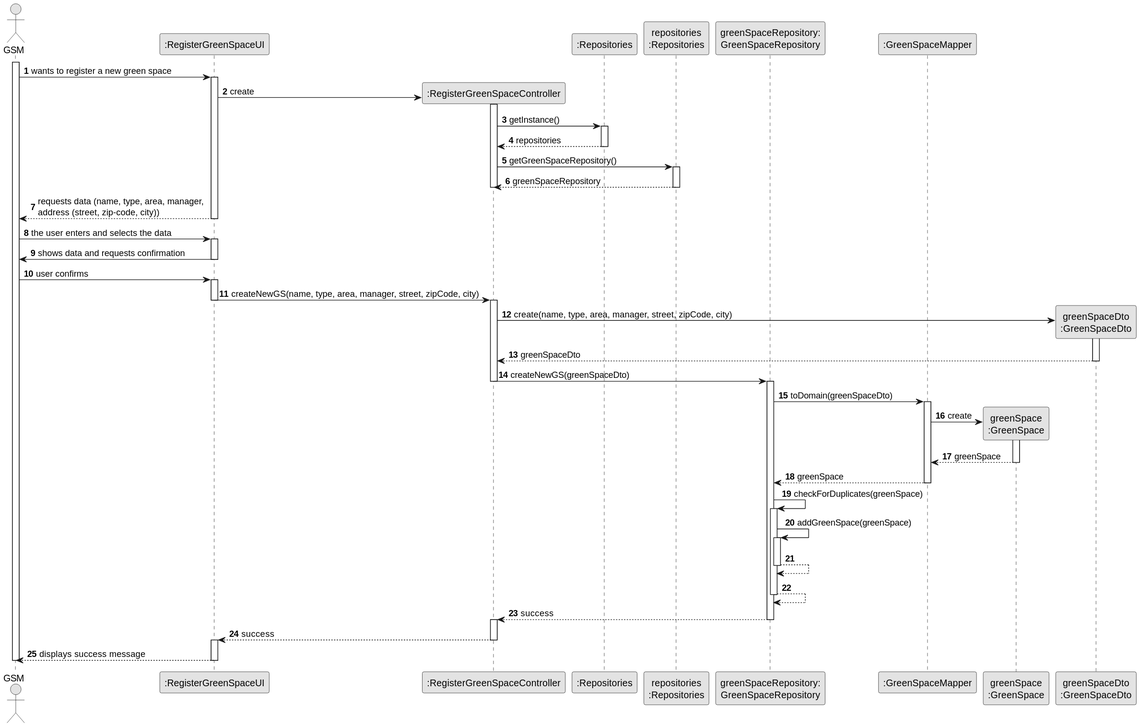
Earlier version of the PlantUML export docs/sprintC/us020/03.design/svg/us020-sequence-diagram-full.svg (ricardomm7/leaflink).
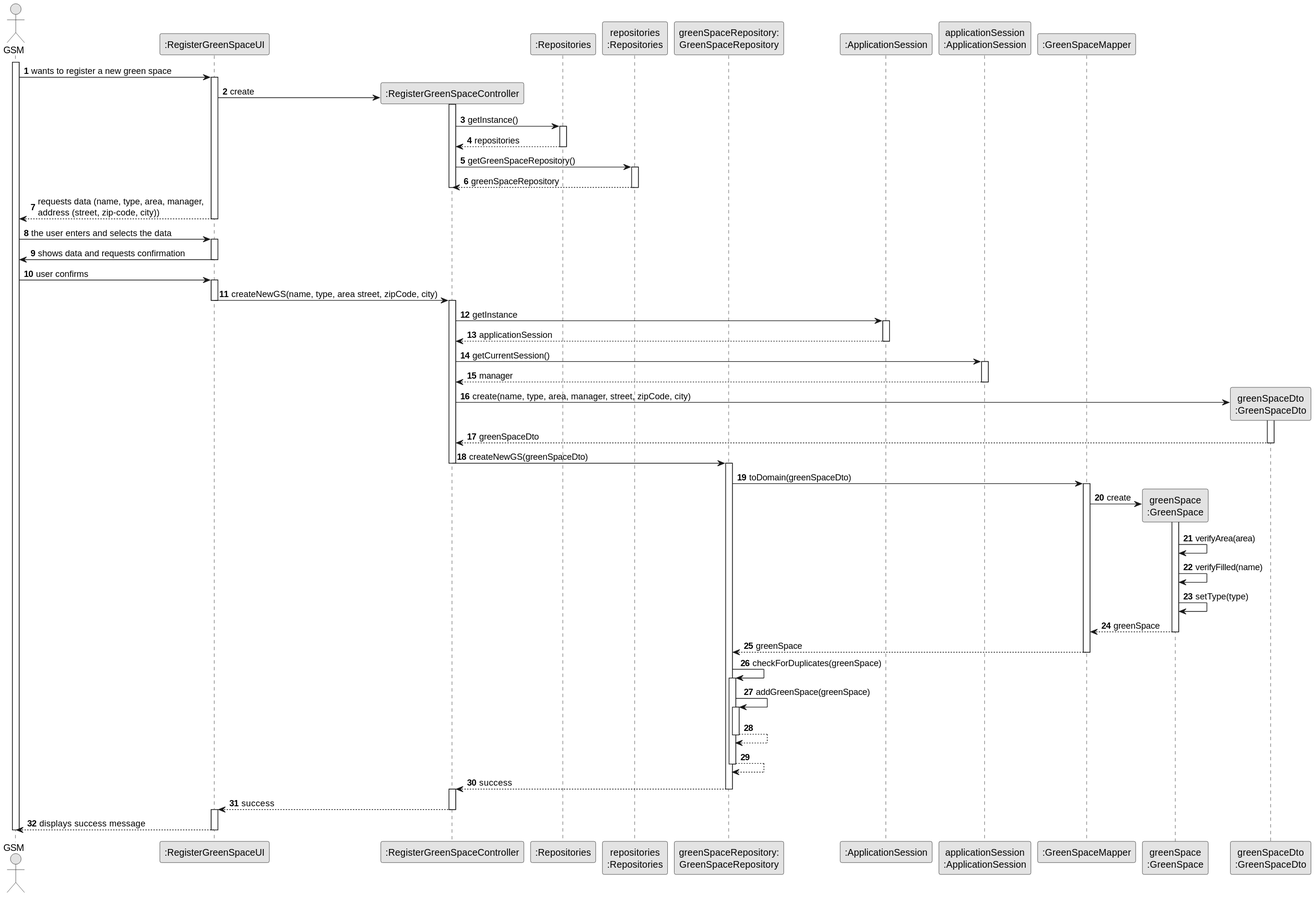
The same file after the commit.

Diff of the diagram source:
```diff
@@ -12,6 +12,8 @@
 participant ":Repositories" as RepositorySingleton
 participant "repositories\n:Repositories" as PLAT
 participant "greenSpaceRepository:\nGreenSpaceRepository" as gsrepo
+participant ":ApplicationSession" as ApplicationSession
+participant "applicationSession\n:ApplicationSession" as applicationSession1
 participant ":GreenSpaceMapper" as GSMP
 participant "greenSpace\n:GreenSpace" as GS
 participant "greenSpaceDto\n:GreenSpaceDto" as DTO
@@ -41,9 +43,18 @@
 GSM -> UI: user confirms
 activate UI
 
-UI -> CTRL : createNewGS(name, type, area, manager, street, zipCode, city)
+UI -> CTRL : createNewGS(name, type, area street, zipCode, city)
 deactivate UI
 activate CTRL
+CTRL -> ApplicationSession : getInstance
+activate ApplicationSession
+ApplicationSession --> CTRL : applicationSession
+deactivate ApplicationSession
+CTRL -> applicationSession1 : getCurrentSession()
+activate applicationSession1
+applicationSession1 --> CTRL : manager
+deactivate applicationSession1
+
 CTRL->DTO** : create(name, type, area, manager, street, zipCode, city)
 activate DTO
 DTO --> CTRL : greenSpaceDto
@@ -57,6 +68,9 @@
 GSMP -> GS** : create
 
 activate GS
+GS->GS : verifyArea(area)
+GS->GS : verifyFilled(name)
+GS->GS : setType(type)
 
 
 GS --> GSMP : greenSpace
```
